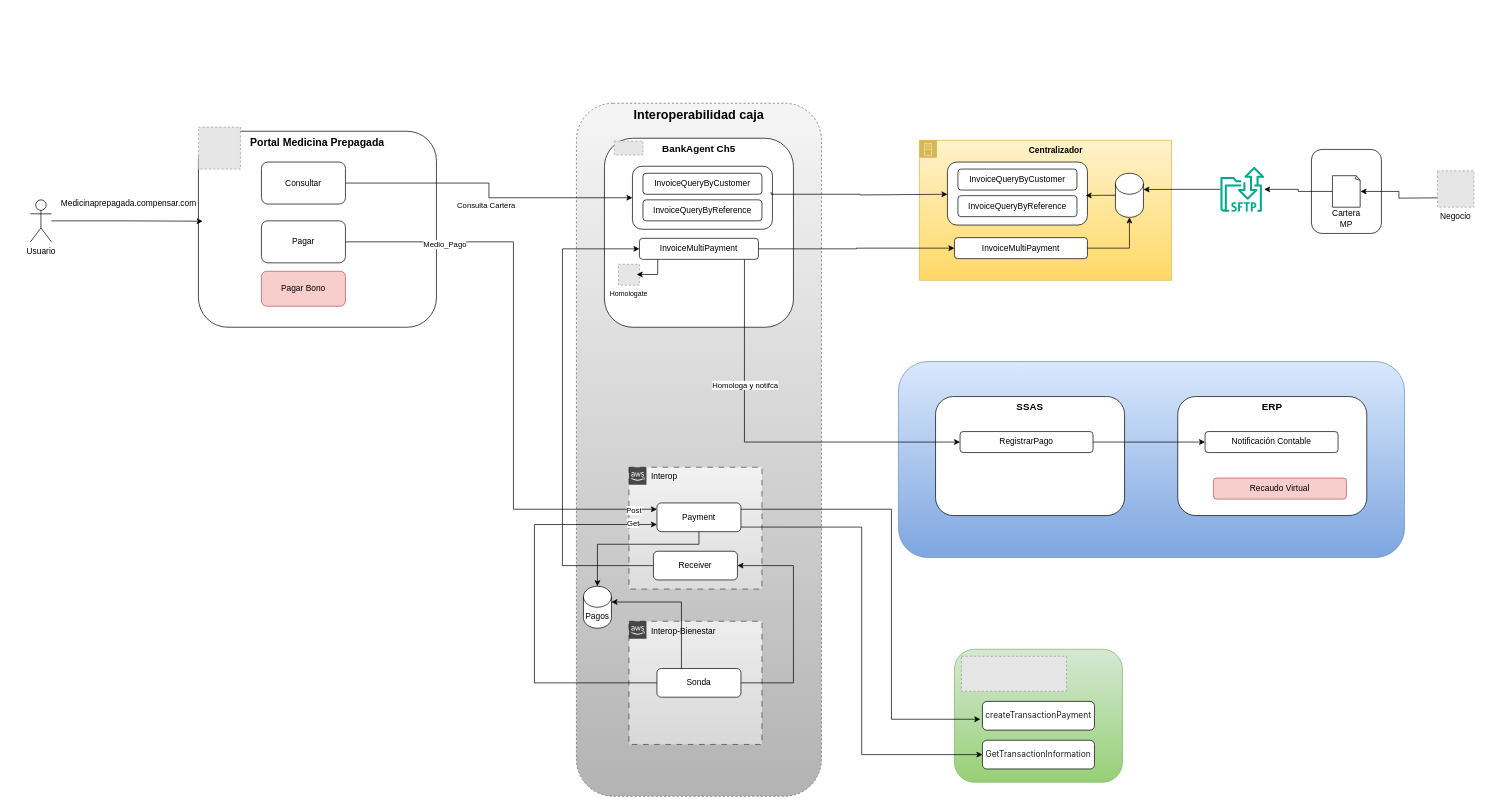
The draw.io diagram page "Virtual" (2 of 2) of MedicinaPrepagada.drawio in carlosvalderrama1204/diagrams, before the edit. Source tidied: cells renumbered, new cells numbered last; positions are measured from the earlier drawing's top-left corner, leaving out a move shared by most shapes. Both pictures are drawn from the tidied source at 70%, with x=0, y=0 at pixel (30, 12). Pictures stored in the file or linked from it are replaced by grey dashed boxes.
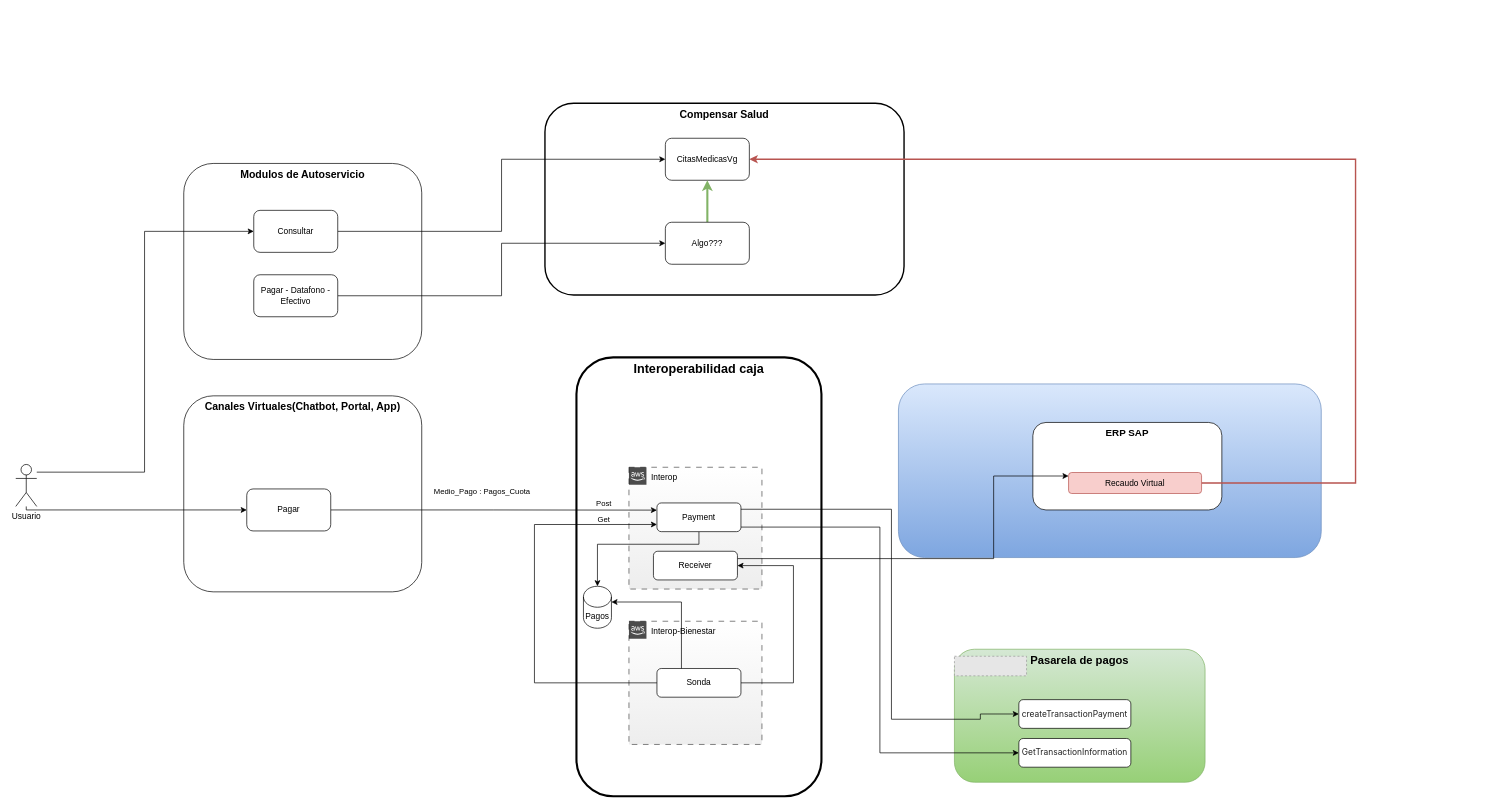
The same diagram, later.

Unchanged cells that the change refers to:
```xml
<mxCell id="40" value="Receiver" style="rounded=1;whiteSpace=wrap;html=1;" parent="1" vertex="1">
  <mxGeometry x="890" y="770" width="120" height="41" as="geometry" />
</mxCell>
<mxCell id="43" style="edgeStyle=orthogonalEdgeStyle;rounded=0;jettySize=auto;html=1;entryX=0;entryY=0.75;entryDx=0;entryDy=0;" parent="1" edge="1" source="45" target="57">
  <mxGeometry relative="1" as="geometry">
    <Array as="points">
      <mxPoint x="720" y="958" />
      <mxPoint x="720" y="732" />
    </Array>
  </mxGeometry>
</mxCell>
<mxCell id="57" value="Payment" style="rounded=1;whiteSpace=wrap;html=1;" parent="1" vertex="1">
  <mxGeometry x="895" y="701" width="120" height="41" as="geometry" />
</mxCell>
```

Diff of the diagram source:
```diff
@@
+    <mxCell id="69" value="Modulos de Autoservicio" style="rounded=1;whiteSpace=wrap;html=1;fontStyle=1;verticalAlign=top;fontSize=15;" parent="1" vertex="1">
+      <mxGeometry x="219" y="216" width="340" height="280" as="geometry" />
+    </mxCell>
+    <mxCell id="70" value="Compensar Salud" style="rounded=1;whiteSpace=wrap;html=1;verticalAlign=top;fontStyle=1;fontSize=15;strokeWidth=2;" parent="1" vertex="1">
+      <mxGeometry x="735" y="130" width="513" height="274" as="geometry" />
+    </mxCell>
-    <mxCell id="2" value="Portal Medicina Prepagada" style="rounded=1;whiteSpace=wrap;html=1;fontStyle=1;verticalAlign=top;fontSize=15;" parent="1" vertex="1">
-      <mxGeometry x="240" y="170" width="340" height="280" as="geometry" />
+    <mxCell id="2" value="Canales Virtuales(Chatbot, Portal, App)" style="rounded=1;whiteSpace=wrap;html=1;fontStyle=1;verticalAlign=top;fontSize=15;" parent="1" vertex="1">
+      <mxGeometry x="219" y="548" width="340" height="280" as="geometry" />
     </mxCell>
     <mxCell id="3" style="rounded=1;whiteSpace=wrap;html=1;fillColor=#dae8fc;gradientColor=#7ea6e0;strokeColor=#6c8ebf;" parent="1" vertex="1">
-      <mxGeometry x="1240" y="499" width="723" height="280" as="geometry" />
+      <mxGeometry x="1240" y="531" width="604" height="248" as="geometry" />
     </mxCell>
-    <mxCell id="4" value="&lt;font style=&quot;font-size: 18px;&quot;&gt;Interoperabilidad caja&lt;/font&gt;" style="rounded=1;whiteSpace=wrap;html=1;dashed=1;fillColor=#f5f5f5;strokeColor=#666666;gradientColor=#b3b3b3;verticalAlign=top;fontStyle=1;shadow=0;" parent="1" vertex="1">
-      <mxGeometry x="780" y="130" width="350" height="990" as="geometry" />
+    <mxCell id="4" value="&lt;font style=&quot;font-size: 18px;&quot;&gt;Interoperabilidad caja&lt;/font&gt;" style="rounded=1;whiteSpace=wrap;html=1;verticalAlign=top;fontStyle=1;shadow=0;strokeWidth=3;" parent="1" vertex="1">
+      <mxGeometry x="780" y="493" width="350" height="627" as="geometry" />
     </mxCell>
-    <mxCell id="5" value="BankAgent Ch5" style="rounded=1;whiteSpace=wrap;html=1;verticalAlign=top;fontStyle=1;fontSize=14;" parent="1" vertex="1">
-      <mxGeometry x="820" y="180" width="270" height="270" as="geometry" />
-    </mxCell>
-    <mxCell id="6" style="rounded=1;whiteSpace=wrap;html=1;" parent="1" vertex="1">
-      <mxGeometry x="860" y="220" width="200" height="90" as="geometry" />
-    </mxCell>
-    <mxCell id="7" value="InvoiceQueryByReference" style="rounded=1;whiteSpace=wrap;html=1;" parent="1" vertex="1">
-      <mxGeometry x="875" y="268" width="170" height="30" as="geometry" />
-    </mxCell>
-    <mxCell id="8" value="InvoiceMultiPayment" style="rounded=1;whiteSpace=wrap;html=1;" parent="1" vertex="1">
-      <mxGeometry x="870" y="323" width="170" height="30" as="geometry" />
-    </mxCell>
-    <mxCell id="9" style="fillColor=#E6E6E6;strokeColor=#999999;dashed=1;verticalLabelPosition=bottom;verticalAlign=top;" parent="1" vertex="1">
-      <mxGeometry x="834" y="184" width="41" height="20" as="geometry" />
-    </mxCell>
-    <mxCell id="10" value="InvoiceQueryByCustomer" style="rounded=1;whiteSpace=wrap;html=1;" parent="1" vertex="1">
-      <mxGeometry x="875" y="230" width="170" height="30" as="geometry" />
-    </mxCell>
-    <mxCell id="11" style="edgeStyle=orthogonalEdgeStyle;rounded=0;jettySize=auto;html=1;entryX=0;entryY=0.5;entryDx=0;entryDy=0;" parent="1" edge="1" source="12" target="6">
-      <mxGeometry relative="1" as="geometry" />
-    </mxCell>
+    <mxCell id="71" style="edgeStyle=orthogonalEdgeStyle;rounded=0;jettySize=auto;html=1;entryX=0;entryY=0.5;entryDx=0;entryDy=0;" parent="1" edge="1" source="12" target="76">
+      <mxGeometry relative="1" as="geometry" />
+    </mxCell>
     <mxCell id="12" value="Consultar" style="rounded=1;whiteSpace=wrap;html=1;" parent="1" vertex="1">
-      <mxGeometry x="330" y="214" width="120" height="60" as="geometry" />
+      <mxGeometry x="319" y="283" width="120" height="60" as="geometry" />
     </mxCell>
-    <mxCell id="13" value="Centralizador" style="sketch=0;gradientColor=#ffd966;html=1;whiteSpace=wrap;fontSize=12;fontStyle=1;shape=mxgraph.aws4.group;grIcon=mxgraph.aws4.group_on_premise;strokeColor=#d6b656;fillColor=#fff2cc;verticalAlign=top;align=center;spacingLeft=30;dashed=0;" parent="1" vertex="1">
-      <mxGeometry x="1270" y="183" width="360" height="200" as="geometry" />
-    </mxCell>
-    <mxCell id="14" style="rounded=1;whiteSpace=wrap;html=1;" parent="1" vertex="1">
-      <mxGeometry x="1310" y="214" width="200" height="90" as="geometry" />
-    </mxCell>
-    <mxCell id="15" value="InvoiceQueryByReference" style="rounded=1;whiteSpace=wrap;html=1;" parent="1" vertex="1">
-      <mxGeometry x="1325" y="262" width="170" height="30" as="geometry" />
-    </mxCell>
-    <mxCell id="16" value="InvoiceMultiPayment" style="rounded=1;whiteSpace=wrap;html=1;" parent="1" vertex="1">
-      <mxGeometry x="1320" y="322" width="190" height="30" as="geometry" />
-    </mxCell>
-    <mxCell id="17" value="InvoiceQueryByCustomer" style="rounded=1;whiteSpace=wrap;html=1;" parent="1" vertex="1">
-      <mxGeometry x="1325" y="224" width="170" height="30" as="geometry" />
-    </mxCell>
-    <mxCell id="18" style="edgeStyle=orthogonalEdgeStyle;rounded=0;jettySize=auto;html=1;exitX=0.99;exitY=0.411;exitDx=0;exitDy=0;exitPerimeter=0;" parent="1" edge="1" source="6">
-      <mxGeometry relative="1" as="geometry">
-        <mxPoint x="1310" y="260" as="targetPoint" />
-        <Array as="points">
-          <mxPoint x="1058" y="260" />
-          <mxPoint x="1185" y="260" />
-          <mxPoint x="1185" y="261" />
-        </Array>
-      </mxGeometry>
-    </mxCell>
-    <mxCell id="19" style="sketch=0;outlineConnect=0;fontColor=#232F3E;gradientColor=none;fillColor=#01A88D;strokeColor=none;dashed=0;verticalLabelPosition=bottom;verticalAlign=top;align=center;html=1;fontSize=12;fontStyle=0;shape=mxgraph.aws4.transfer_for_sftp_resource;" parent="1" vertex="1">
-      <mxGeometry x="1700" y="221" width="62.4" height="64" as="geometry" />
-    </mxCell>
-    <mxCell id="20" style="rounded=1;whiteSpace=wrap;html=1;" parent="1" vertex="1">
-      <mxGeometry x="1830" y="196" width="100" height="120" as="geometry" />
-    </mxCell>
-    <mxCell id="21" style="whiteSpace=wrap;html=1;shape=mxgraph.basic.document;" parent="1" vertex="1">
-      <mxGeometry x="1860" y="233.5" width="40" height="45" as="geometry" />
-    </mxCell>
-    <mxCell id="22" value="Cartera MP" style="text;html=1;align=center;verticalAlign=middle;whiteSpace=wrap;rounded=0;" parent="1" vertex="1">
-      <mxGeometry x="1850" y="280" width="60" height="30" as="geometry" />
-    </mxCell>
-    <mxCell id="23" style="shape=cylinder3;whiteSpace=wrap;html=1;boundedLbl=1;backgroundOutline=1;size=15;" parent="1" vertex="1">
-      <mxGeometry x="1550" y="230" width="40" height="63" as="geometry" />
-    </mxCell>
-    <mxCell id="24" style="edgeStyle=orthogonalEdgeStyle;rounded=0;jettySize=auto;html=1;entryX=1;entryY=0;entryDx=0;entryDy=23.25;entryPerimeter=0;" parent="1" edge="1" source="19" target="23">
-      <mxGeometry relative="1" as="geometry" />
-    </mxCell>
-    <mxCell id="25" style="edgeStyle=orthogonalEdgeStyle;rounded=0;jettySize=auto;html=1;" parent="1" edge="1" source="21" target="19">
-      <mxGeometry relative="1" as="geometry" />
-    </mxCell>
-    <mxCell id="26" style="edgeStyle=orthogonalEdgeStyle;rounded=0;jettySize=auto;html=1;" parent="1" edge="1" target="21">
-      <mxGeometry relative="1" as="geometry">
-        <mxPoint x="2010" y="265.1" as="sourcePoint" />
-      </mxGeometry>
-    </mxCell>
-    <mxCell id="27" style="edgeStyle=orthogonalEdgeStyle;rounded=0;jettySize=auto;html=1;entryX=0.5;entryY=1;entryDx=0;entryDy=0;entryPerimeter=0;" parent="1" edge="1" source="16" target="23">
-      <mxGeometry relative="1" as="geometry" />
-    </mxCell>
-    <mxCell id="28" style="edgeStyle=orthogonalEdgeStyle;rounded=0;jettySize=auto;html=1;entryX=0.987;entryY=0.531;entryDx=0;entryDy=0;entryPerimeter=0;" parent="1" edge="1" source="23" target="14">
-      <mxGeometry relative="1" as="geometry" />
-    </mxCell>
-    <mxCell id="29" value="SSAS" style="rounded=1;whiteSpace=wrap;html=1;verticalAlign=top;fontStyle=1;fontSize=14;" parent="1" vertex="1">
-      <mxGeometry x="1293" y="549" width="270" height="170" as="geometry" />
-    </mxCell>
-    <mxCell id="30" value="RegistrarPago" style="rounded=1;whiteSpace=wrap;html=1;" parent="1" vertex="1">
-      <mxGeometry x="1328" y="599" width="190" height="30" as="geometry" />
-    </mxCell>
-    <mxCell id="31" style="edgeStyle=orthogonalEdgeStyle;rounded=0;jettySize=auto;html=1;entryX=0;entryY=0.5;entryDx=0;entryDy=0;" parent="1" edge="1" source="8" target="30">
-      <mxGeometry relative="1" as="geometry">
-        <Array as="points">
-          <mxPoint x="1020" y="614" />
-        </Array>
-      </mxGeometry>
-    </mxCell>
-    <mxCell id="32" value="Homologa y notifca" style="edgeLabel;html=1;align=center;verticalAlign=middle;" parent="31" vertex="1">
-      <mxGeometry x="-0.37" relative="1" as="geometry" />
-    </mxCell>
-    <mxCell id="33" value="ERP" style="rounded=1;whiteSpace=wrap;html=1;verticalAlign=top;fontStyle=1;fontSize=14;" parent="1" vertex="1">
-      <mxGeometry x="1639" y="549" width="270" height="170" as="geometry" />
+    <mxCell id="33" value="ERP SAP" style="rounded=1;whiteSpace=wrap;html=1;verticalAlign=top;fontStyle=1;fontSize=14;" parent="1" vertex="1">
+      <mxGeometry x="1432" y="586" width="270" height="125" as="geometry" />
     </mxCell>
-    <mxCell id="34" value="Notificación Contable" style="rounded=1;whiteSpace=wrap;html=1;" parent="1" vertex="1">
-      <mxGeometry x="1678" y="599" width="190" height="30" as="geometry" />
-    </mxCell>
-    <mxCell id="35" style="edgeStyle=orthogonalEdgeStyle;rounded=0;jettySize=auto;html=1;entryX=0;entryY=0.5;entryDx=0;entryDy=0;" parent="1" edge="1" source="30" target="34">
-      <mxGeometry relative="1" as="geometry" />
-    </mxCell>
-    <mxCell id="36" style="edgeStyle=orthogonalEdgeStyle;rounded=0;jettySize=auto;html=1;entryX=0;entryY=0.5;entryDx=0;entryDy=0;" parent="1" edge="1" source="8" target="16">
-      <mxGeometry relative="1" as="geometry" />
-    </mxCell>
-    <mxCell id="37" value="Consulta Cartera" style="edgeLabel;html=1;align=center;verticalAlign=middle;" parent="1" vertex="1">
-      <mxGeometry x="690" as="geometry">
-        <mxPoint x="-40" y="275" as="offset" />
-      </mxGeometry>
-    </mxCell>
@@
-    <mxCell id="39" style="edgeStyle=orthogonalEdgeStyle;rounded=0;jettySize=auto;html=1;entryX=0;entryY=0.5;entryDx=0;entryDy=0;" parent="1" edge="1" source="40" target="8">
-      <mxGeometry relative="1" as="geometry">
-        <Array as="points">
-          <mxPoint x="760" y="790" />
-          <mxPoint x="760" y="338" />
-        </Array>
-      </mxGeometry>
-    </mxCell>
+    <mxCell id="72" style="edgeStyle=orthogonalEdgeStyle;rounded=0;orthogonalLoop=1;jettySize=auto;html=1;entryX=0;entryY=0.5;entryDx=0;entryDy=0;" parent="1" edge="1">
+      <mxGeometry relative="1" as="geometry">
+        <mxPoint x="1010" y="780.5" as="sourcePoint" />
+        <mxPoint x="1483" y="662.5" as="targetPoint" />
+        <Array as="points">
+          <mxPoint x="1376" y="781" />
+          <mxPoint x="1376" y="663" />
+        </Array>
+      </mxGeometry>
+    </mxCell>
@@
     <mxCell id="44" value="Get" style="edgeLabel;html=1;align=center;verticalAlign=middle;" parent="43" vertex="1">
       <mxGeometry x="0.86" y="-2" relative="1" as="geometry">
-        <mxPoint x="6" y="-4" as="offset" />
+        <mxPoint x="-36" y="-10" as="offset" />
       </mxGeometry>
     </mxCell>
@@
-    <mxCell id="46" style="rounded=1;whiteSpace=wrap;html=1;fillColor=#d5e8d4;gradientColor=#97d077;strokeColor=#82b366;" parent="1" vertex="1">
-      <mxGeometry x="1320" y="910" width="240" height="190" as="geometry" />
+    <mxCell id="46" value="Pasarela de pagos" style="rounded=1;whiteSpace=wrap;html=1;fillColor=#d5e8d4;gradientColor=#97d077;strokeColor=#82b366;verticalAlign=top;fontSize=16;fontStyle=1;" parent="1" vertex="1">
+      <mxGeometry x="1320" y="910" width="358" height="190" as="geometry" />
     </mxCell>
     <mxCell id="47" style="fillColor=#E6E6E6;strokeColor=#999999;dashed=1;verticalLabelPosition=bottom;verticalAlign=top;" parent="1" vertex="1">
-      <mxGeometry x="1330" y="920" width="150" height="50" as="geometry" />
+      <mxGeometry x="1320" y="920" width="103" height="28" as="geometry" />
     </mxCell>
     <mxCell id="48" value="&lt;span style=&quot;color: rgb(33, 33, 33); font-family: Inter, system-ui, -apple-system, BlinkMacSystemFont, &amp;quot;Segoe UI&amp;quot;, Roboto, Oxygen, Ubuntu, Cantarell, &amp;quot;Fira Sans&amp;quot;, &amp;quot;Droid Sans&amp;quot;, Helvetica, Arial, sans-serif; text-align: left; white-space-collapse: preserve; background-color: rgb(255, 255, 255);&quot;&gt;GetTransactionInformation&lt;/span&gt;" style="rounded=1;whiteSpace=wrap;html=1;" parent="1" vertex="1">
-      <mxGeometry x="1360" y="1040" width="160" height="41" as="geometry" />
+      <mxGeometry x="1412" y="1037.5" width="160" height="41" as="geometry" />
     </mxCell>
-    <mxCell id="49" style="fillColor=#E6E6E6;strokeColor=#999999;dashed=1;verticalLabelPosition=bottom;labelBackgroundColor=default;verticalAlign=top;" parent="1" vertex="1">
-      <mxGeometry x="240" y="164" width="60" height="60" as="geometry" />
-    </mxCell>
-    <mxCell id="50" style="edgeStyle=orthogonalEdgeStyle;rounded=0;jettySize=auto;html=1;" parent="1" edge="1" source="53" target="57">
-      <mxGeometry relative="1" as="geometry">
-        <Array as="points">
-          <mxPoint x="690" y="328" />
-          <mxPoint x="690" y="710" />
-        </Array>
-      </mxGeometry>
+    <mxCell id="50" style="edgeStyle=orthogonalEdgeStyle;rounded=0;jettySize=auto;html=1;entryX=0;entryY=0.25;entryDx=0;entryDy=0;" parent="1" edge="1" source="53" target="57">
+      <mxGeometry relative="1" as="geometry" />
     </mxCell>
-    <mxCell id="51" value="Medio_Pago" style="edgeLabel;html=1;align=center;verticalAlign=middle;" parent="50" vertex="1">
-      <mxGeometry x="-0.66" y="-3" relative="1" as="geometry" />
-    </mxCell>
     <mxCell id="52" value="Post" style="edgeLabel;html=1;align=center;verticalAlign=middle;" parent="50" vertex="1">
-      <mxGeometry x="0.79" y="-1" relative="1" as="geometry">
-        <mxPoint x="53" as="offset" />
+      <mxGeometry x="0.67" y="4" relative="1" as="geometry">
+        <mxPoint x="1" y="-6" as="offset" />
       </mxGeometry>
     </mxCell>
     <mxCell id="53" value="Pagar" style="rounded=1;whiteSpace=wrap;html=1;" parent="1" vertex="1">
-      <mxGeometry x="330" y="298" width="120" height="60" as="geometry" />
+      <mxGeometry x="309" y="681" width="120" height="60" as="geometry" />
     </mxCell>
-    <mxCell id="54" style="edgeStyle=orthogonalEdgeStyle;rounded=0;orthogonalLoop=1;jettySize=auto;html=1;" parent="1" edge="1">
+    <mxCell id="54" style="edgeStyle=orthogonalEdgeStyle;rounded=0;jettySize=auto;html=1;entryX=0;entryY=0.5;entryDx=0;entryDy=0;" parent="1" edge="1" target="58">
       <mxGeometry relative="1" as="geometry">
         <mxPoint x="1012" y="710" as="sourcePoint" />
-        <mxPoint x="1357" y="1010" as="targetPoint" />
         <Array as="points">
           <mxPoint x="1230" y="710" />
           <mxPoint x="1230" y="1010" />
           <mxPoint x="1357" y="1010" />
+          <mxPoint x="1357" y="1003" />
         </Array>
       </mxGeometry>
     </mxCell>
@@
     <mxCell id="58" value="&lt;span style=&quot;color: rgb(33, 33, 33); font-family: Inter, system-ui, -apple-system, BlinkMacSystemFont, &amp;quot;Segoe UI&amp;quot;, Roboto, Oxygen, Ubuntu, Cantarell, &amp;quot;Fira Sans&amp;quot;, &amp;quot;Droid Sans&amp;quot;, Helvetica, Arial, sans-serif; text-align: left; white-space-collapse: preserve; background-color: rgb(255, 255, 255);&quot;&gt;createTransactionPayment&lt;/span&gt;" style="rounded=1;whiteSpace=wrap;html=1;" parent="1" vertex="1">
-      <mxGeometry x="1360" y="984.5" width="160" height="41" as="geometry" />
+      <mxGeometry x="1412" y="982" width="160" height="41" as="geometry" />
     </mxCell>
+    <mxCell id="73" style="edgeStyle=orthogonalEdgeStyle;rounded=0;jettySize=auto;html=1;entryX=0;entryY=0.5;entryDx=0;entryDy=0;" parent="1" edge="1" source="59" target="12">
+      <mxGeometry relative="1" as="geometry">
+        <Array as="points">
+          <mxPoint x="163" y="657" />
+          <mxPoint x="163" y="313" />
+        </Array>
+      </mxGeometry>
+    </mxCell>
+    <mxCell id="74" style="edgeStyle=orthogonalEdgeStyle;rounded=0;jettySize=auto;html=1;entryX=0;entryY=0.5;entryDx=0;entryDy=0;" parent="1" edge="1" source="59" target="53">
+      <mxGeometry relative="1" as="geometry">
+        <Array as="points">
+          <mxPoint x="-6" y="711" />
+        </Array>
+      </mxGeometry>
+    </mxCell>
     <mxCell id="59" value="Usuario" style="shape=umlActor;verticalLabelPosition=bottom;verticalAlign=top;html=1;outlineConnect=0;" parent="1" vertex="1">
-      <mxGeometry y="268" width="30" height="60" as="geometry" />
+      <mxGeometry x="-21" y="646" width="30" height="60" as="geometry" />
     </mxCell>
-    <mxCell id="60" style="edgeStyle=orthogonalEdgeStyle;rounded=0;jettySize=auto;html=1;entryX=0.018;entryY=0.459;entryDx=0;entryDy=0;entryPerimeter=0;" parent="1" edge="1" source="59" target="2">
-      <mxGeometry relative="1" as="geometry" />
-    </mxCell>
-    <mxCell id="61" value="Negocio" style="fillColor=#E6E6E6;strokeColor=#999999;dashed=1;verticalLabelPosition=bottom;labelBackgroundColor=default;verticalAlign=top;" parent="1" vertex="1">
-      <mxGeometry x="2010" y="226.5" width="52" height="52" as="geometry" />
-    </mxCell>
-    <mxCell id="62" value="Medicinaprepagada.compensar.com" style="text;html=1;align=center;verticalAlign=middle;strokeColor=none;fillColor=none;" parent="1" vertex="1">
-      <mxGeometry x="30" y="257.5" width="220" height="30" as="geometry" />
-    </mxCell>
+    <mxCell id="75" style="edgeStyle=orthogonalEdgeStyle;rounded=0;jettySize=auto;html=1;entryX=1;entryY=0.5;entryDx=0;entryDy=0;fillColor=#f8cecc;strokeColor=#b85450;strokeWidth=2;" parent="1" edge="1" source="63" target="76">
+      <mxGeometry relative="1" as="geometry">
+        <Array as="points">
+          <mxPoint x="1893" y="673" />
+          <mxPoint x="1893" y="210" />
+        </Array>
+      </mxGeometry>
+    </mxCell>
     <mxCell id="63" value="Recaudo Virtual" style="rounded=1;whiteSpace=wrap;html=1;fillColor=#f8cecc;strokeColor=#b85450;" parent="1" vertex="1">
-      <mxGeometry x="1690" y="665.5" width="190" height="30" as="geometry" />
+      <mxGeometry x="1483" y="657.5" width="190" height="30" as="geometry" />
     </mxCell>
-    <mxCell id="64" value="Pagar Bono" style="rounded=1;whiteSpace=wrap;html=1;fillColor=#f8cecc;strokeColor=#b85450;" parent="1" vertex="1">
-      <mxGeometry x="330" y="370" width="120" height="50" as="geometry" />
-    </mxCell>
@@
-    <mxCell id="67" value="Homologate" style="fillColor=#E6E6E6;strokeColor=#999999;dashed=1;verticalLabelPosition=bottom;labelBackgroundColor=default;verticalAlign=top;fontSize=10;" parent="1" vertex="1">
-      <mxGeometry x="840" y="360" width="30" height="30" as="geometry" />
-    </mxCell>
-    <mxCell id="68" style="endArrow=classic;html=1;rounded=0;exitX=0.178;exitY=1.013;exitDx=0;exitDy=0;exitPerimeter=0;" parent="1" edge="1">
-      <mxGeometry relative="1" as="geometry">
-        <mxPoint x="896.2" y="353" as="sourcePoint" />
-        <mxPoint x="866" y="374.6" as="targetPoint" />
-        <Array as="points">
-          <mxPoint x="896" y="374.6" />
-        </Array>
-      </mxGeometry>
-    </mxCell>
+    <mxCell id="76" value="CitasMedicasVg" style="rounded=1;whiteSpace=wrap;html=1;" parent="1" vertex="1">
+      <mxGeometry x="907" y="180" width="120" height="60" as="geometry" />
+    </mxCell>
+    <mxCell id="77" value="&lt;span style=&quot;font-size: 11px; background-color: rgb(255, 255, 255);&quot;&gt;Medio_Pago : Pagos_Cuota&lt;/span&gt;" style="text;html=1;align=center;verticalAlign=middle;strokeColor=none;fillColor=none;" parent="1" vertex="1">
+      <mxGeometry x="567" y="672" width="156" height="26" as="geometry" />
+    </mxCell>
+    <mxCell id="78" style="edgeStyle=orthogonalEdgeStyle;rounded=0;jettySize=auto;html=1;entryX=0;entryY=0.5;entryDx=0;entryDy=0;" parent="1" edge="1" source="79" target="81">
+      <mxGeometry relative="1" as="geometry" />
+    </mxCell>
+    <mxCell id="79" value="Pagar - Datafono - Efectivo" style="rounded=1;whiteSpace=wrap;html=1;" parent="1" vertex="1">
+      <mxGeometry x="319" y="375" width="120" height="60" as="geometry" />
+    </mxCell>
+    <mxCell id="80" style="edgeStyle=orthogonalEdgeStyle;rounded=0;jettySize=auto;html=1;entryX=0.5;entryY=1;entryDx=0;entryDy=0;fillColor=#d5e8d4;strokeColor=#82b366;strokeWidth=3;" parent="1" edge="1" source="81" target="76">
+      <mxGeometry relative="1" as="geometry" />
+    </mxCell>
+    <mxCell id="81" value="Algo???" style="rounded=1;whiteSpace=wrap;html=1;" parent="1" vertex="1">
+      <mxGeometry x="907" y="300" width="120" height="60" as="geometry" />
+    </mxCell>
```
